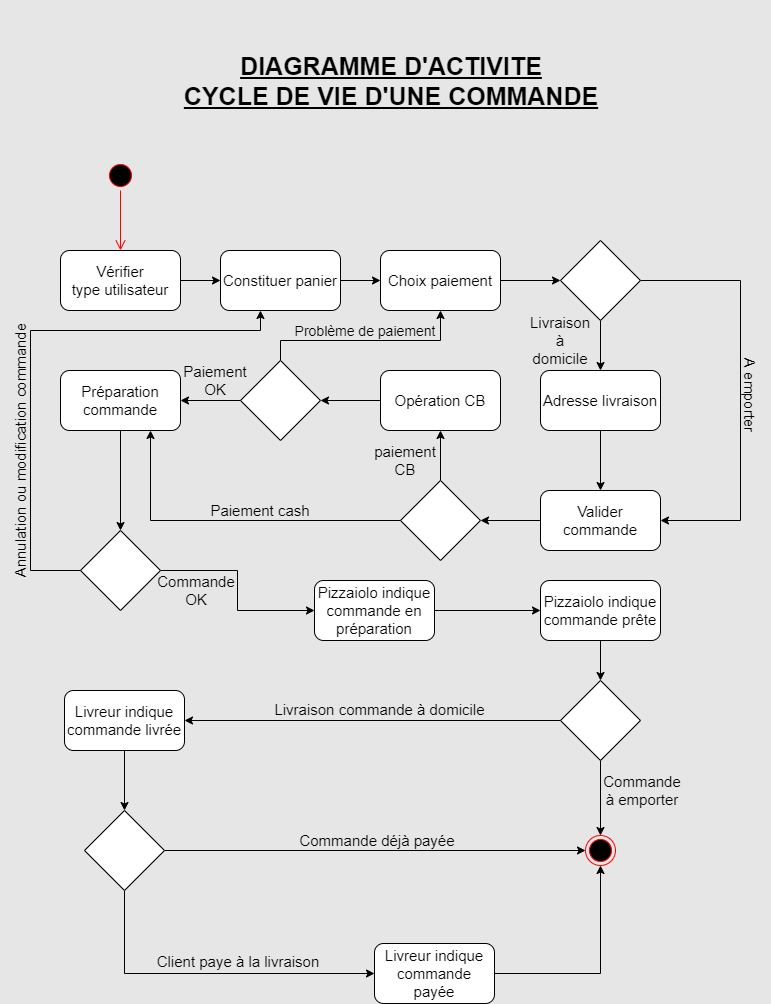
Above: diagrammes/diagramme d'activité.png in Tony380/Projet4 (draw.io), before the change. Source tidied: cells renumbered, new cells last; positions are measured from the earlier drawing's top-left corner, leaving out a move shared by most shapes.
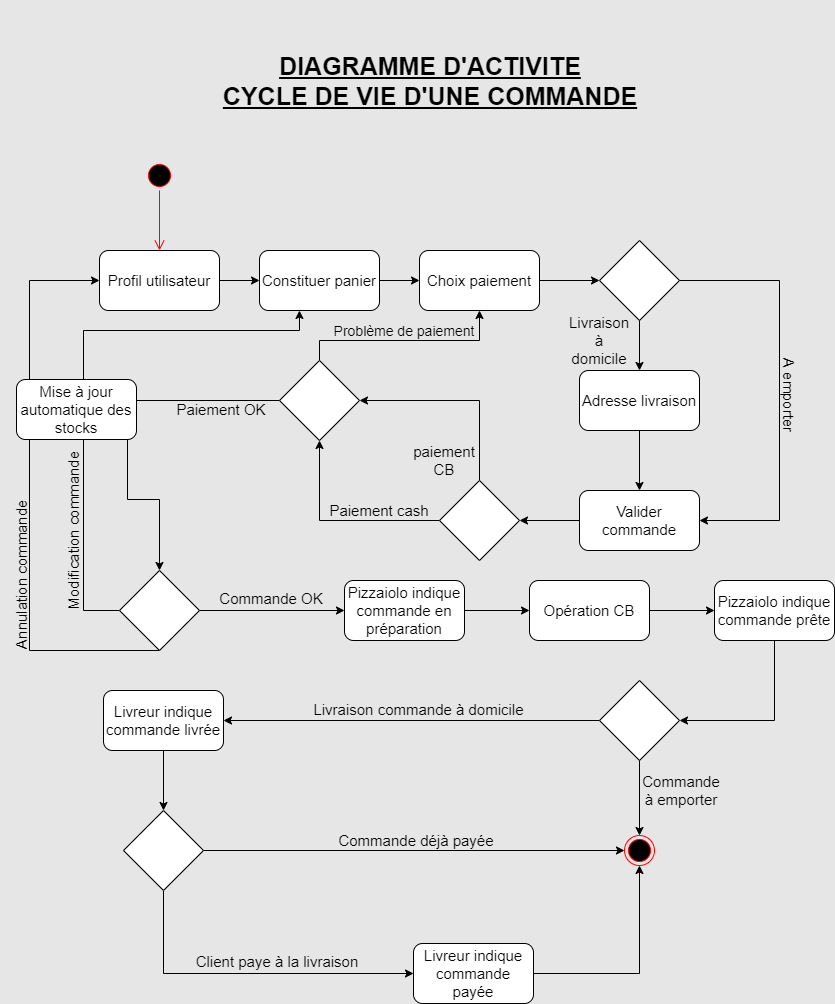
The same file after the commit.

Change to the diagram source:
```diff
@@ -8,7 +8,7 @@
     <mxCell id="3" style="edgeStyle=orthogonalEdgeStyle;rounded=0;jettySize=auto;html=1;entryX=0;entryY=0.5;entryDx=0;entryDy=0;" parent="1" edge="1" source="4" target="6">
       <mxGeometry relative="1" as="geometry" />
     </mxCell>
-    <mxCell id="4" value="&lt;font style=&quot;font-size: 15px&quot;&gt;Vérifier&lt;br&gt;type utilisateur&lt;/font&gt;" style="rounded=1;whiteSpace=wrap;html=1;" parent="1" vertex="1">
+    <mxCell id="4" value="&lt;span style=&quot;font-size: 15px&quot;&gt;Profil utilisateur&lt;/span&gt;" style="rounded=1;whiteSpace=wrap;html=1;" parent="1" vertex="1">
       <mxGeometry x="60" y="250" width="120" height="60" as="geometry" />
     </mxCell>
     <mxCell id="5" style="edgeStyle=orthogonalEdgeStyle;rounded=0;jettySize=auto;html=1;entryX=0;entryY=0.5;entryDx=0;entryDy=0;" parent="1" edge="1" source="6" target="8">
@@ -49,23 +49,17 @@
     <mxCell id="15" style="rhombus;whiteSpace=wrap;html=1;" parent="1" vertex="1">
       <mxGeometry x="560" y="240" width="80" height="80" as="geometry" />
     </mxCell>
-    <mxCell id="16" style="edgeStyle=orthogonalEdgeStyle;rounded=0;jettySize=auto;html=1;entryX=1;entryY=0.5;entryDx=0;entryDy=0;" parent="1" edge="1" source="17" target="31">
-      <mxGeometry relative="1" as="geometry" />
-    </mxCell>
+    <mxCell id="58" style="edgeStyle=orthogonalEdgeStyle;rounded=0;jettySize=auto;html=1;entryX=0;entryY=0.5;entryDx=0;entryDy=0;" parent="1" edge="1" source="17" target="42">
+      <mxGeometry relative="1" as="geometry" />
+    </mxCell>
     <mxCell id="17" value="&lt;font style=&quot;font-size: 15px&quot;&gt;Opération CB&lt;/font&gt;" style="rounded=1;whiteSpace=wrap;html=1;" parent="1" vertex="1">
-      <mxGeometry x="380" y="370" width="120" height="60" as="geometry" />
+      <mxGeometry x="490" y="580" width="120" height="60" as="geometry" />
     </mxCell>
     <mxCell id="18" value="&lt;font style=&quot;font-size: 15px&quot;&gt;paiement CB&lt;/font&gt;" style="text;html=1;strokeColor=none;fillColor=none;align=center;verticalAlign=middle;whiteSpace=wrap;rounded=0;" parent="1" vertex="1">
       <mxGeometry x="385" y="450" width="40" height="20" as="geometry" />
     </mxCell>
-    <mxCell id="19" style="edgeStyle=orthogonalEdgeStyle;rounded=0;jettySize=auto;html=1;entryX=0.5;entryY=0;entryDx=0;entryDy=0;" parent="1" edge="1" source="20" target="36">
-      <mxGeometry relative="1" as="geometry" />
-    </mxCell>
-    <mxCell id="20" value="&lt;font style=&quot;font-size: 15px&quot;&gt;Préparation commande&lt;/font&gt;" style="rounded=1;whiteSpace=wrap;html=1;" parent="1" vertex="1">
-      <mxGeometry x="60" y="370" width="120" height="60" as="geometry" />
-    </mxCell>
     <mxCell id="21" value="&lt;font style=&quot;font-size: 15px&quot;&gt;Paiement cash&lt;/font&gt;" style="text;html=1;strokeColor=none;fillColor=none;align=center;verticalAlign=middle;whiteSpace=wrap;rounded=0;" parent="1" vertex="1">
-      <mxGeometry x="190" y="500" width="140" height="20" as="geometry" />
+      <mxGeometry x="270" y="500" width="140" height="20" as="geometry" />
     </mxCell>
     <mxCell id="22" style="ellipse;html=1;shape=startState;fillColor=#000000;strokeColor=#ff0000;" parent="1" vertex="1">
       <mxGeometry x="105" y="160" width="30" height="30" as="geometry" />
@@ -81,12 +75,12 @@
     <mxCell id="25" value="&lt;font style=&quot;font-size: 15px&quot;&gt;A emporter&lt;/font&gt;" style="text;html=1;strokeColor=none;fillColor=none;align=center;verticalAlign=middle;whiteSpace=wrap;rounded=0;horizontal=0;rotation=180;" parent="1" vertex="1">
       <mxGeometry x="730" y="350" width="40" height="90" as="geometry" />
     </mxCell>
-    <mxCell id="26" style="edgeStyle=orthogonalEdgeStyle;rounded=0;jettySize=auto;html=1;entryX=0.5;entryY=1;entryDx=0;entryDy=0;" parent="1" edge="1" source="28" target="17">
-      <mxGeometry relative="1" as="geometry" />
-    </mxCell>
-    <mxCell id="27" style="edgeStyle=orthogonalEdgeStyle;rounded=0;jettySize=auto;html=1;entryX=0.75;entryY=1;entryDx=0;entryDy=0;" parent="1" edge="1" source="28" target="20">
-      <mxGeometry relative="1" as="geometry" />
-    </mxCell>
+    <mxCell id="59" style="edgeStyle=orthogonalEdgeStyle;rounded=0;jettySize=auto;html=1;entryX=0.5;entryY=1;entryDx=0;entryDy=0;" parent="1" edge="1" source="28" target="31">
+      <mxGeometry relative="1" as="geometry" />
+    </mxCell>
+    <mxCell id="60" style="edgeStyle=orthogonalEdgeStyle;rounded=0;jettySize=auto;html=1;entryX=1;entryY=0.5;entryDx=0;entryDy=0;exitX=0.5;exitY=0;exitDx=0;exitDy=0;" parent="1" edge="1" source="28" target="31">
+      <mxGeometry relative="1" as="geometry" />
+    </mxCell>
     <mxCell id="28" style="rhombus;whiteSpace=wrap;html=1;" parent="1" vertex="1">
       <mxGeometry x="400" y="480" width="80" height="80" as="geometry" />
     </mxCell>
@@ -98,9 +92,15 @@
         </Array>
       </mxGeometry>
     </mxCell>
-    <mxCell id="30" style="edgeStyle=orthogonalEdgeStyle;rounded=0;jettySize=auto;html=1;entryX=1;entryY=0.5;entryDx=0;entryDy=0;" parent="1" edge="1" source="31" target="20">
-      <mxGeometry relative="1" as="geometry" />
-    </mxCell>
+    <mxCell id="61" style="edgeStyle=orthogonalEdgeStyle;rounded=0;jettySize=auto;html=1;entryX=0.5;entryY=0;entryDx=0;entryDy=0;" parent="1" edge="1" source="31" target="36">
+      <mxGeometry relative="1" as="geometry">
+        <Array as="points">
+          <mxPoint x="88" y="400" />
+          <mxPoint x="88" y="499" />
+          <mxPoint x="120" y="499" />
+        </Array>
+      </mxGeometry>
+    </mxCell>
     <mxCell id="31" style="rhombus;whiteSpace=wrap;html=1;" parent="1" vertex="1">
       <mxGeometry x="240" y="360" width="80" height="80" as="geometry" />
     </mxCell>
@@ -108,13 +108,13 @@
       <mxGeometry x="290" y="320" width="150" height="20" as="geometry" />
     </mxCell>
     <mxCell id="33" value="&lt;font style=&quot;font-size: 15px&quot;&gt;Paiement OK&lt;/font&gt;" style="text;html=1;strokeColor=none;fillColor=none;align=center;verticalAlign=middle;whiteSpace=wrap;rounded=0;" parent="1" vertex="1">
-      <mxGeometry x="195" y="370" width="40" height="20" as="geometry" />
+      <mxGeometry x="129" y="399" width="106" height="20" as="geometry" />
     </mxCell>
-    <mxCell id="34" style="edgeStyle=orthogonalEdgeStyle;rounded=0;jettySize=auto;html=1;entryX=0.333;entryY=1;entryDx=0;entryDy=0;entryPerimeter=0;" parent="1" edge="1" source="36" target="6">
+    <mxCell id="34" style="edgeStyle=orthogonalEdgeStyle;rounded=0;jettySize=auto;html=1;entryX=0.333;entryY=1;entryDx=0;entryDy=0;entryPerimeter=0;exitX=0;exitY=0.5;exitDx=0;exitDy=0;" parent="1" edge="1" source="36" target="6">
       <mxGeometry relative="1" as="geometry">
         <Array as="points">
-          <mxPoint x="30" y="570" />
-          <mxPoint x="30" y="330" />
+          <mxPoint x="44" y="610" />
+          <mxPoint x="44" y="330" />
           <mxPoint x="260" y="330" />
         </Array>
       </mxGeometry>
@@ -122,26 +122,38 @@
     <mxCell id="35" style="edgeStyle=orthogonalEdgeStyle;rounded=0;jettySize=auto;html=1;entryX=0;entryY=0.5;entryDx=0;entryDy=0;" parent="1" edge="1" source="36" target="39">
       <mxGeometry relative="1" as="geometry" />
     </mxCell>
+    <mxCell id="62" style="edgeStyle=orthogonalEdgeStyle;rounded=0;jettySize=auto;html=1;entryX=0;entryY=0.5;entryDx=0;entryDy=0;exitX=0.5;exitY=1;exitDx=0;exitDy=0;" parent="1" edge="1" source="36" target="4">
+      <mxGeometry relative="1" as="geometry">
+        <Array as="points">
+          <mxPoint x="-10" y="650" />
+          <mxPoint x="-10" y="280" />
+        </Array>
+      </mxGeometry>
+    </mxCell>
     <mxCell id="36" style="rhombus;whiteSpace=wrap;html=1;" parent="1" vertex="1">
-      <mxGeometry x="80" y="530" width="80" height="80" as="geometry" />
+      <mxGeometry x="80" y="570" width="80" height="80" as="geometry" />
     </mxCell>
-    <mxCell id="37" value="&lt;font style=&quot;font-size: 15px&quot;&gt;Annulation ou modification commande&lt;/font&gt;" style="text;html=1;strokeColor=none;fillColor=none;align=center;verticalAlign=middle;whiteSpace=wrap;rounded=0;horizontal=0;" parent="1" vertex="1">
-      <mxGeometry y="300" width="40" height="300" as="geometry" />
+    <mxCell id="37" value="&lt;font style=&quot;font-size: 15px&quot;&gt;Modification commande&lt;/font&gt;" style="text;html=1;strokeColor=none;fillColor=none;align=center;verticalAlign=middle;whiteSpace=wrap;rounded=0;horizontal=0;" parent="1" vertex="1">
+      <mxGeometry x="14" y="380" width="40" height="300" as="geometry" />
     </mxCell>
-    <mxCell id="38" style="edgeStyle=orthogonalEdgeStyle;rounded=0;jettySize=auto;html=1;entryX=0;entryY=0.5;entryDx=0;entryDy=0;" parent="1" edge="1" source="39" target="42">
-      <mxGeometry relative="1" as="geometry" />
-    </mxCell>
+    <mxCell id="63" style="edgeStyle=orthogonalEdgeStyle;rounded=0;jettySize=auto;html=1;" parent="1" edge="1" source="39" target="17">
+      <mxGeometry relative="1" as="geometry" />
+    </mxCell>
     <mxCell id="39" value="&lt;font style=&quot;font-size: 15px&quot;&gt;Pizzaiolo indique commande en préparation&lt;/font&gt;" style="rounded=1;whiteSpace=wrap;html=1;" parent="1" vertex="1">
-      <mxGeometry x="314" y="580" width="120" height="60" as="geometry" />
+      <mxGeometry x="305" y="580" width="120" height="60" as="geometry" />
     </mxCell>
     <mxCell id="40" value="&lt;font style=&quot;font-size: 15px&quot;&gt;Commande OK&lt;/font&gt;" style="text;html=1;strokeColor=none;fillColor=none;align=center;verticalAlign=middle;whiteSpace=wrap;rounded=0;" parent="1" vertex="1">
-      <mxGeometry x="176" y="580" width="40" height="20" as="geometry" />
+      <mxGeometry x="170" y="588" width="124" height="20" as="geometry" />
     </mxCell>
     <mxCell id="41" style="edgeStyle=orthogonalEdgeStyle;rounded=0;jettySize=auto;html=1;" parent="1" edge="1" source="42" target="45">
-      <mxGeometry relative="1" as="geometry" />
+      <mxGeometry relative="1" as="geometry">
+        <Array as="points">
+          <mxPoint x="735" y="720" />
+        </Array>
+      </mxGeometry>
     </mxCell>
     <mxCell id="42" value="&lt;font style=&quot;font-size: 15px&quot;&gt;Pizzaiolo indique commande prête&lt;/font&gt;" style="rounded=1;whiteSpace=wrap;html=1;" parent="1" vertex="1">
-      <mxGeometry x="540" y="580" width="120" height="60" as="geometry" />
+      <mxGeometry x="675" y="580" width="120" height="60" as="geometry" />
     </mxCell>
     <mxCell id="43" style="edgeStyle=orthogonalEdgeStyle;rounded=0;jettySize=auto;html=1;entryX=1;entryY=0.5;entryDx=0;entryDy=0;" parent="1" edge="1" source="45" target="47">
       <mxGeometry relative="1" as="geometry" />
@@ -188,5 +200,11 @@
     <mxCell id="57" value="&lt;span style=&quot;font-size: 15px&quot;&gt;Livraison commande à domicile&lt;/span&gt;" style="text;html=1;strokeColor=none;fillColor=none;align=center;verticalAlign=middle;whiteSpace=wrap;rounded=0;" parent="1" vertex="1">
       <mxGeometry x="203" y="699" width="353" height="20" as="geometry" />
     </mxCell>
+    <mxCell id="64" value="&lt;font style=&quot;font-size: 15px&quot;&gt;Annulation commande&lt;/font&gt;" style="text;html=1;strokeColor=none;fillColor=none;align=center;verticalAlign=middle;whiteSpace=wrap;rounded=0;horizontal=0;" parent="1" vertex="1">
+      <mxGeometry x="-39" y="445" width="40" height="259" as="geometry" />
+    </mxCell>
+    <mxCell id="65" value="&lt;font style=&quot;font-size: 15px&quot;&gt;Mise à jour automatique des stocks&lt;/font&gt;" style="rounded=1;whiteSpace=wrap;html=1;" parent="1" vertex="1">
+      <mxGeometry x="-23" y="379" width="120" height="60" as="geometry" />
+    </mxCell>
   </root>
 </mxGraphModel>
```
